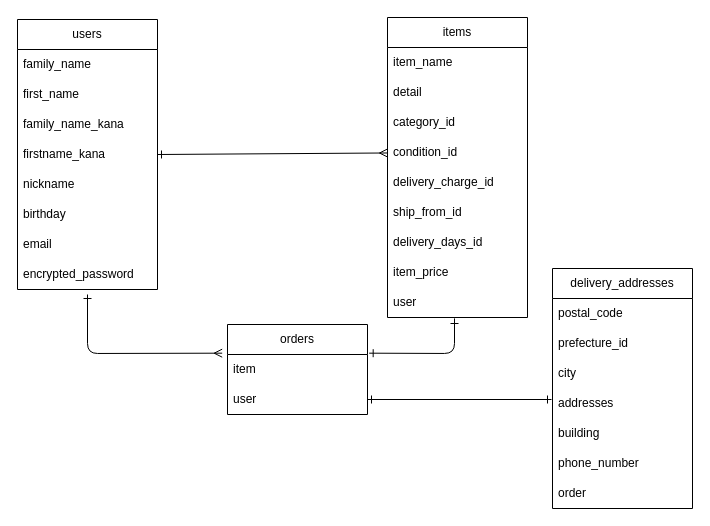
Before: page "Page-1" (1 of 2) of furima.dio in MAYUMITAKEDA/furima-38838, a draw.io diagram. Source tidied: cells renumbered, new cells numbered last; positions are measured from the earlier drawing's top-left corner, leaving out a move shared by most shapes. Both pictures are drawn from the tidied source at 100%, with x=0, y=0 at pixel (17, 17).
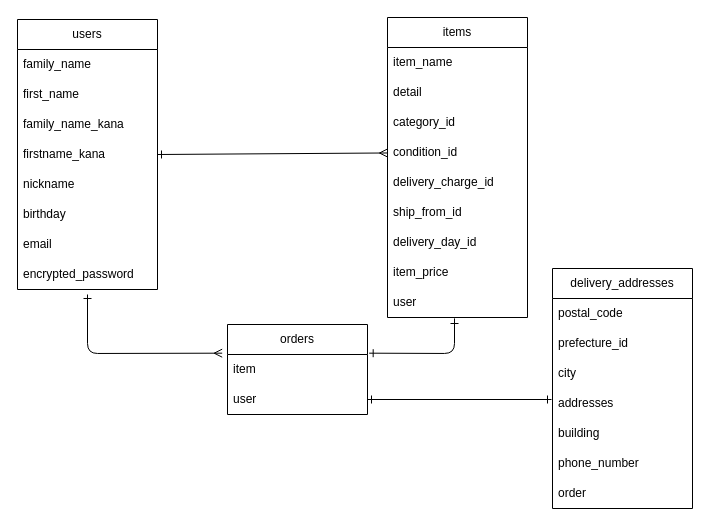
After the change.

Commit message (it also covers changes not shown here):
データベース設計図の修正（itemsテーブルのカラム名）

Unchanged cells that the change refers to:
```xml
<mxCell id="12" value="items" style="swimlane;fontStyle=0;horizontal=1;startSize=30;whiteSpace=wrap;html=1;" parent="1" vertex="1">
  <mxGeometry x="370" width="140" height="300" as="geometry" />
</mxCell>
```

What changed in the source:
```diff
@@
-    <mxCell id="19" value="delivery_days_id" style="text;strokeColor=none;fillColor=none;align=left;verticalAlign=middle;spacingLeft=4;spacingRight=4;overflow=hidden;whiteSpace=wrap;html=1;" parent="12" vertex="1">
+    <mxCell id="19" value="delivery_day_id" style="text;strokeColor=none;fillColor=none;align=left;verticalAlign=middle;spacingLeft=4;spacingRight=4;overflow=hidden;whiteSpace=wrap;html=1;" parent="12" vertex="1">
       <mxGeometry y="210" width="140" height="30" as="geometry" />
     </mxCell>
```
